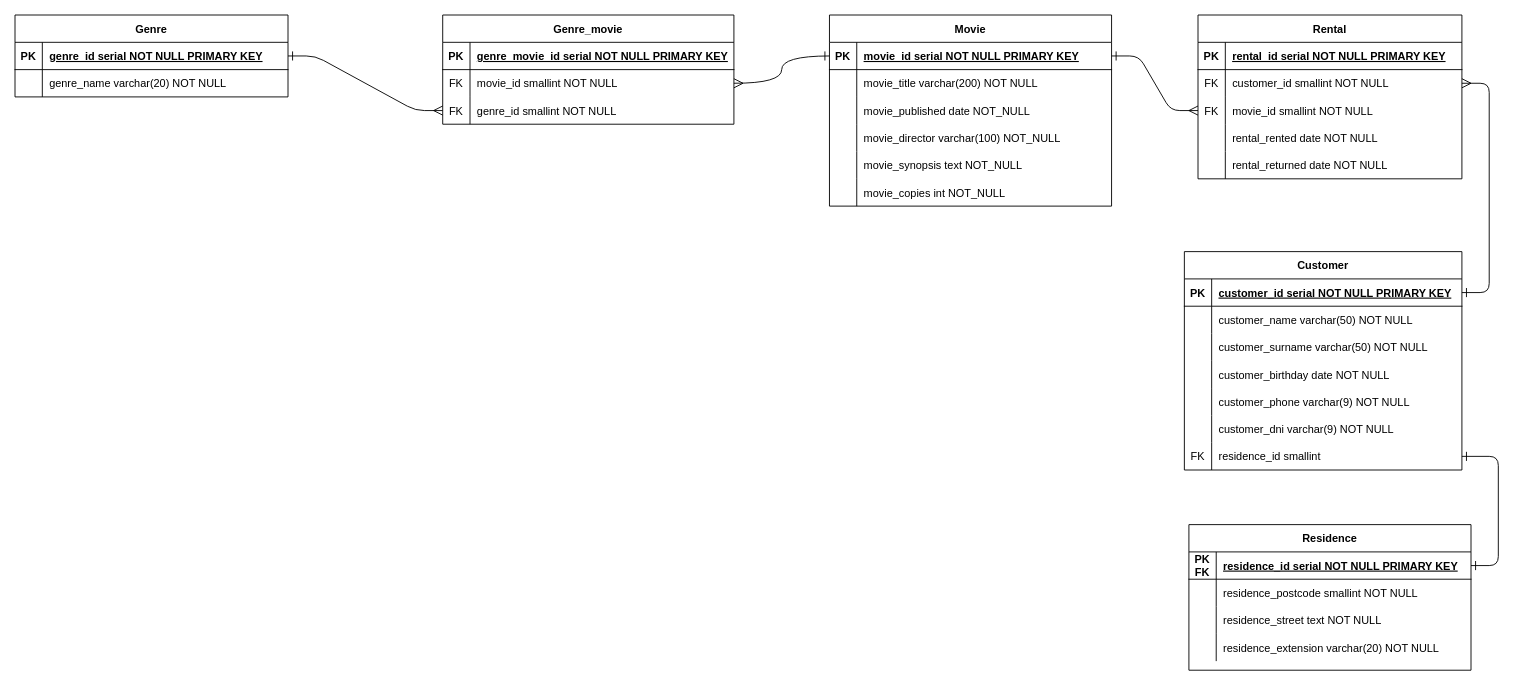
Above: Videoclub.drawio in DEVgotti/sql-practica (draw.io), before the change. Source tidied: cells renumbered, new cells numbered last; positions are measured from the earlier drawing's top-left corner, leaving out a move shared by most shapes. Both pictures are drawn from the tidied source at 91%, with x=0, y=0 at pixel (15, 15).
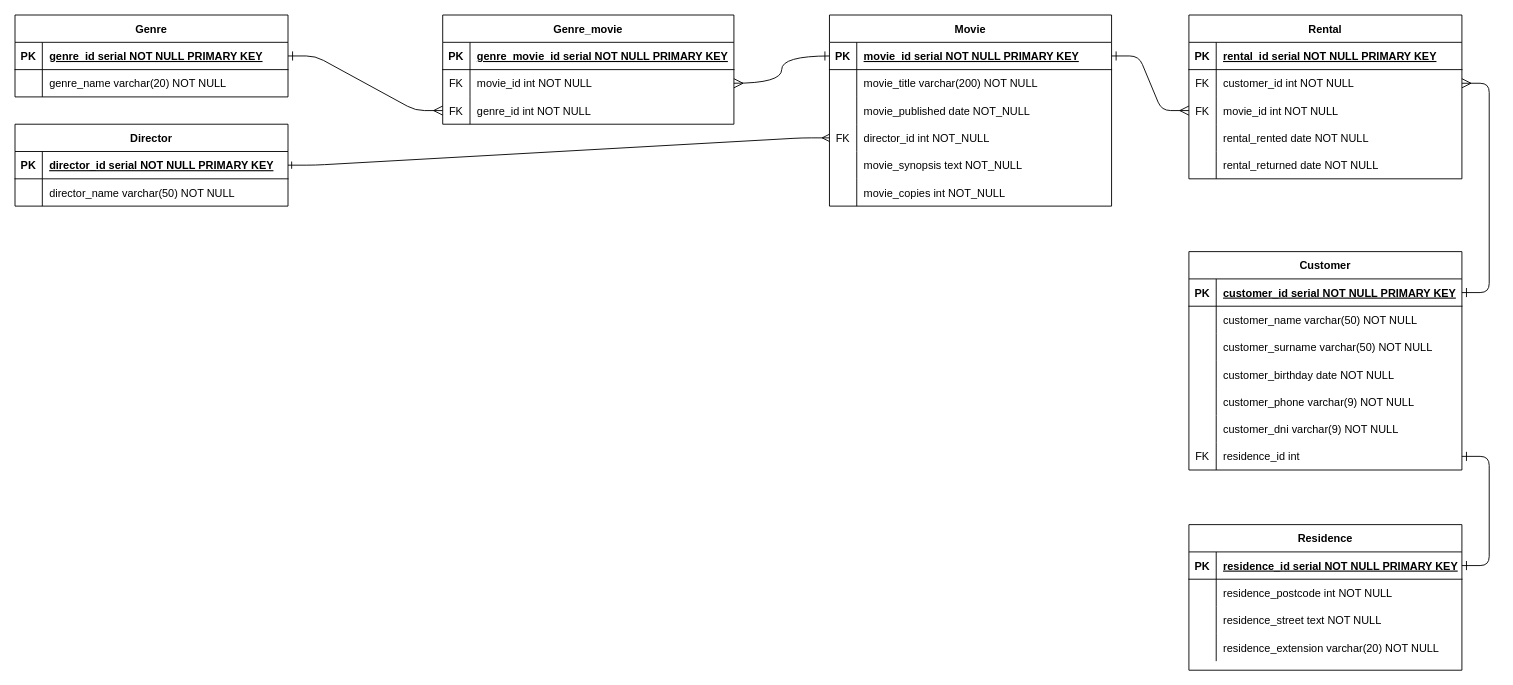
After the change.

The change refers to these unchanged cells:
```xml
<mxCell id="12" style="shape=partialRectangle;fillColor=none;points=[[0,0.5],[1,0.5]];portConstraint=eastwest;top=0;left=0;right=0;bottom=0;" parent="2" vertex="1">
  <mxGeometry y="120" width="310" height="30" as="geometry" />
</mxCell>
<mxCell id="87" style="shape=partialRectangle;fillColor=none;points=[[0,0.5],[1,0.5]];portConstraint=eastwest;top=0;left=0;right=0;bottom=0;" parent="83" vertex="1">
  <mxGeometry y="60" width="320" height="30" as="geometry" />
</mxCell>
<mxCell id="90" style="shape=partialRectangle;fillColor=none;points=[[0,0.5],[1,0.5]];portConstraint=eastwest;top=0;left=0;right=0;bottom=0;" parent="83" vertex="1">
  <mxGeometry y="90" width="320" height="30" as="geometry" />
</mxCell>
```

The edit, as a diff of the source:
```diff
@@
-    <mxCell id="13" style="shape=partialRectangle;overflow=hidden;fillColor=none;top=0;left=0;bottom=0;right=0;" parent="12" vertex="1">
+    <mxCell id="13" value="FK" style="shape=partialRectangle;overflow=hidden;fillColor=none;top=0;left=0;bottom=0;right=0;" parent="12" vertex="1">
       <mxGeometry width="30" height="30" as="geometry" />
     </mxCell>
-    <mxCell id="14" value="movie_director varchar(100) NOT_NULL" style="shape=partialRectangle;overflow=hidden;fillColor=none;top=0;left=0;bottom=0;right=0;align=left;spacingLeft=6;" parent="12" vertex="1">
+    <mxCell id="14" value="director_id int NOT_NULL" style="shape=partialRectangle;overflow=hidden;fillColor=none;top=0;left=0;bottom=0;right=0;align=left;spacingLeft=6;" parent="12" vertex="1">
       <mxGeometry x="30" width="280" height="30" as="geometry" />
     </mxCell>
@@
     <mxCell id="21" value="Rental" style="shape=table;startSize=30;childLayout=tableLayout;rowLines=0;fontStyle=1;align=center;" parent="1" vertex="1">
-      <mxGeometry x="1300" width="290" height="180" as="geometry" />
+      <mxGeometry x="1290" width="300" height="180" as="geometry" />
     </mxCell>
     <mxCell id="22" style="shape=partialRectangle;fillColor=none;top=0;left=0;right=0;bottom=1;" parent="21" vertex="1">
-      <mxGeometry y="30" width="290" height="30" as="geometry" />
+      <mxGeometry y="30" width="300" height="30" as="geometry" />
     </mxCell>
@@
     <mxCell id="24" value="rental_id serial NOT NULL PRIMARY KEY" style="shape=partialRectangle;overflow=hidden;fillColor=none;top=0;left=0;bottom=0;right=0;align=left;spacingLeft=6;fontStyle=5;" parent="22" vertex="1">
-      <mxGeometry x="30" width="260" height="30" as="geometry" />
+      <mxGeometry x="30" width="270" height="30" as="geometry" />
     </mxCell>
     <mxCell id="25" style="shape=partialRectangle;fillColor=none;points=[[0,0.5],[1,0.5]];portConstraint=eastwest;top=0;left=0;right=0;bottom=0;" parent="21" vertex="1">
-      <mxGeometry y="60" width="290" height="30" as="geometry" />
+      <mxGeometry y="60" width="300" height="30" as="geometry" />
     </mxCell>
@@
-    <mxCell id="27" value="customer_id smallint NOT NULL" style="shape=partialRectangle;overflow=hidden;fillColor=none;top=0;left=0;bottom=0;right=0;align=left;spacingLeft=6;" parent="25" vertex="1">
-      <mxGeometry x="30" width="260" height="30" as="geometry" />
+    <mxCell id="27" value="customer_id int NOT NULL" style="shape=partialRectangle;overflow=hidden;fillColor=none;top=0;left=0;bottom=0;right=0;align=left;spacingLeft=6;" parent="25" vertex="1">
+      <mxGeometry x="30" width="270" height="30" as="geometry" />
     </mxCell>
     <mxCell id="28" style="shape=partialRectangle;fillColor=none;points=[[0,0.5],[1,0.5]];portConstraint=eastwest;top=0;left=0;right=0;bottom=0;" parent="21" vertex="1">
-      <mxGeometry y="90" width="290" height="30" as="geometry" />
+      <mxGeometry y="90" width="300" height="30" as="geometry" />
     </mxCell>
@@
-    <mxCell id="30" value="movie_id smallint NOT NULL" style="shape=partialRectangle;overflow=hidden;fillColor=none;top=0;left=0;bottom=0;right=0;align=left;spacingLeft=6;" parent="28" vertex="1">
-      <mxGeometry x="30" width="260" height="30" as="geometry" />
+    <mxCell id="30" value="movie_id int NOT NULL" style="shape=partialRectangle;overflow=hidden;fillColor=none;top=0;left=0;bottom=0;right=0;align=left;spacingLeft=6;" parent="28" vertex="1">
+      <mxGeometry x="30" width="270" height="30" as="geometry" />
     </mxCell>
     <mxCell id="31" style="shape=partialRectangle;fillColor=none;top=0;left=0;right=0;bottom=0;" parent="21" vertex="1">
-      <mxGeometry y="120" width="290" height="30" as="geometry" />
+      <mxGeometry y="120" width="300" height="30" as="geometry" />
     </mxCell>
@@
     <mxCell id="33" value="rental_rented date NOT NULL" style="shape=partialRectangle;overflow=hidden;fillColor=none;top=0;left=0;bottom=0;right=0;align=left;spacingLeft=6;" parent="31" vertex="1">
-      <mxGeometry x="30" width="260" height="30" as="geometry" />
+      <mxGeometry x="30" width="270" height="30" as="geometry" />
     </mxCell>
     <mxCell id="34" style="shape=partialRectangle;fillColor=none;top=0;left=0;right=0;bottom=0;" parent="21" vertex="1">
-      <mxGeometry y="150" width="290" height="30" as="geometry" />
+      <mxGeometry y="150" width="300" height="30" as="geometry" />
     </mxCell>
@@
     <mxCell id="36" value="rental_returned date NOT NULL" style="shape=partialRectangle;overflow=hidden;fillColor=none;top=0;left=0;bottom=0;right=0;align=left;spacingLeft=6;" parent="34" vertex="1">
-      <mxGeometry x="30" width="260" height="30" as="geometry" />
+      <mxGeometry x="30" width="270" height="30" as="geometry" />
     </mxCell>
     <mxCell id="37" value="Customer" style="shape=table;startSize=30;childLayout=tableLayout;rowLines=0;fontStyle=1;align=center;" parent="1" vertex="1">
-      <mxGeometry x="1285" y="260" width="305" height="240" as="geometry" />
+      <mxGeometry x="1290" y="260" width="300" height="240" as="geometry" />
     </mxCell>
     <mxCell id="38" style="shape=partialRectangle;fillColor=none;points=[[0,0.5],[1,0.5]];portConstraint=eastwest;top=0;left=0;right=0;bottom=1;" parent="37" vertex="1">
-      <mxGeometry y="30" width="305" height="30" as="geometry" />
+      <mxGeometry y="30" width="300" height="30" as="geometry" />
     </mxCell>
@@
     <mxCell id="40" value="customer_id serial NOT NULL PRIMARY KEY" style="shape=partialRectangle;overflow=hidden;fillColor=none;top=0;left=0;bottom=0;right=0;align=left;spacingLeft=6;fontStyle=5;" parent="38" vertex="1">
-      <mxGeometry x="30" width="275" height="30" as="geometry" />
+      <mxGeometry x="30" width="270" height="30" as="geometry" />
     </mxCell>
     <mxCell id="41" style="shape=partialRectangle;fillColor=none;top=0;left=0;right=0;bottom=0;" parent="37" vertex="1">
-      <mxGeometry y="60" width="305" height="30" as="geometry" />
+      <mxGeometry y="60" width="300" height="30" as="geometry" />
     </mxCell>
@@
     <mxCell id="43" value="customer_name varchar(50) NOT NULL" style="shape=partialRectangle;overflow=hidden;fillColor=none;top=0;left=0;bottom=0;right=0;align=left;spacingLeft=6;" parent="41" vertex="1">
-      <mxGeometry x="30" width="275" height="30" as="geometry" />
+      <mxGeometry x="30" width="270" height="30" as="geometry" />
     </mxCell>
     <mxCell id="44" style="shape=partialRectangle;fillColor=none;top=0;left=0;right=0;bottom=0;" parent="37" vertex="1">
-      <mxGeometry y="90" width="305" height="30" as="geometry" />
+      <mxGeometry y="90" width="300" height="30" as="geometry" />
     </mxCell>
@@
     <mxCell id="46" value="customer_surname varchar(50) NOT NULL" style="shape=partialRectangle;overflow=hidden;fillColor=none;top=0;left=0;bottom=0;right=0;align=left;spacingLeft=6;" parent="44" vertex="1">
-      <mxGeometry x="30" width="275" height="30" as="geometry" />
+      <mxGeometry x="30" width="270" height="30" as="geometry" />
     </mxCell>
     <mxCell id="47" style="shape=partialRectangle;fillColor=none;top=0;left=0;right=0;bottom=0;" parent="37" vertex="1">
-      <mxGeometry y="120" width="305" height="30" as="geometry" />
+      <mxGeometry y="120" width="300" height="30" as="geometry" />
     </mxCell>
@@
     <mxCell id="49" value="customer_birthday date NOT NULL" style="shape=partialRectangle;overflow=hidden;fillColor=none;top=0;left=0;bottom=0;right=0;align=left;spacingLeft=6;" parent="47" vertex="1">
-      <mxGeometry x="30" width="275" height="30" as="geometry" />
+      <mxGeometry x="30" width="270" height="30" as="geometry" />
     </mxCell>
     <mxCell id="50" style="shape=partialRectangle;fillColor=none;top=0;left=0;right=0;bottom=0;" parent="37" vertex="1">
-      <mxGeometry y="150" width="305" height="30" as="geometry" />
+      <mxGeometry y="150" width="300" height="30" as="geometry" />
     </mxCell>
@@
     <mxCell id="52" value="customer_phone varchar(9) NOT NULL" style="shape=partialRectangle;overflow=hidden;fillColor=none;top=0;left=0;bottom=0;right=0;align=left;spacingLeft=6;" parent="50" vertex="1">
-      <mxGeometry x="30" width="275" height="30" as="geometry" />
+      <mxGeometry x="30" width="270" height="30" as="geometry" />
     </mxCell>
     <mxCell id="53" style="shape=partialRectangle;fillColor=none;top=0;left=0;right=0;bottom=0;" parent="37" vertex="1">
-      <mxGeometry y="180" width="305" height="30" as="geometry" />
+      <mxGeometry y="180" width="300" height="30" as="geometry" />
     </mxCell>
@@
     <mxCell id="55" value="customer_dni varchar(9) NOT NULL" style="shape=partialRectangle;overflow=hidden;fillColor=none;top=0;left=0;bottom=0;right=0;align=left;spacingLeft=6;" parent="53" vertex="1">
-      <mxGeometry x="30" width="275" height="30" as="geometry" />
+      <mxGeometry x="30" width="270" height="30" as="geometry" />
     </mxCell>
     <mxCell id="56" style="shape=partialRectangle;fillColor=none;points=[[0,0.5],[1,0.5]];portConstraint=eastwest;top=0;left=0;right=0;bottom=0;" parent="37" vertex="1">
-      <mxGeometry y="210" width="305" height="30" as="geometry" />
+      <mxGeometry y="210" width="300" height="30" as="geometry" />
     </mxCell>
@@
-    <mxCell id="58" value="residence_id smallint" style="shape=partialRectangle;overflow=hidden;fillColor=none;top=0;left=0;bottom=0;right=0;align=left;spacingLeft=6;" parent="56" vertex="1">
-      <mxGeometry x="30" width="275" height="30" as="geometry" />
+    <mxCell id="58" value="residence_id int" style="shape=partialRectangle;overflow=hidden;fillColor=none;top=0;left=0;bottom=0;right=0;align=left;spacingLeft=6;" parent="56" vertex="1">
+      <mxGeometry x="30" width="270" height="30" as="geometry" />
     </mxCell>
     <mxCell id="59" value="Residence" style="shape=table;startSize=30;childLayout=tableLayout;rowLines=0;fontStyle=1;align=center;" parent="1" vertex="1">
-      <mxGeometry x="1290" y="560" width="310" height="160" as="geometry" />
+      <mxGeometry x="1290" y="560" width="300" height="160" as="geometry" />
     </mxCell>
     <mxCell id="60" style="shape=partialRectangle;fillColor=none;points=[[0,0.5],[1,0.5]];portConstraint=eastwest;top=0;left=0;right=0;bottom=1;" parent="59" vertex="1">
-      <mxGeometry y="30" width="310" height="30" as="geometry" />
+      <mxGeometry y="30" width="300" height="30" as="geometry" />
     </mxCell>
-    <mxCell id="61" value="PK&#10;FK" style="shape=partialRectangle;overflow=hidden;fillColor=none;top=0;left=0;bottom=0;right=0;fontStyle=1;" parent="60" vertex="1">
+    <mxCell id="61" value="PK" style="shape=partialRectangle;overflow=hidden;fillColor=none;top=0;left=0;bottom=0;right=0;fontStyle=1;" parent="60" vertex="1">
       <mxGeometry width="30" height="30" as="geometry" />
     </mxCell>
     <mxCell id="62" value="residence_id serial NOT NULL PRIMARY KEY" style="shape=partialRectangle;overflow=hidden;fillColor=none;top=0;left=0;bottom=0;right=0;align=left;spacingLeft=6;fontStyle=5;" parent="60" vertex="1">
-      <mxGeometry x="30" width="280" height="30" as="geometry" />
+      <mxGeometry x="30" width="270" height="30" as="geometry" />
     </mxCell>
     <mxCell id="63" style="shape=partialRectangle;fillColor=none;top=0;left=0;right=0;bottom=0;" parent="59" vertex="1">
-      <mxGeometry y="60" width="310" height="30" as="geometry" />
+      <mxGeometry y="60" width="300" height="30" as="geometry" />
     </mxCell>
@@
-    <mxCell id="65" value="residence_postcode smallint NOT NULL" style="shape=partialRectangle;overflow=hidden;fillColor=none;top=0;left=0;bottom=0;right=0;align=left;spacingLeft=6;" parent="63" vertex="1">
-      <mxGeometry x="30" width="280" height="30" as="geometry" />
+    <mxCell id="65" value="residence_postcode int NOT NULL" style="shape=partialRectangle;overflow=hidden;fillColor=none;top=0;left=0;bottom=0;right=0;align=left;spacingLeft=6;" parent="63" vertex="1">
+      <mxGeometry x="30" width="270" height="30" as="geometry" />
     </mxCell>
     <mxCell id="66" style="shape=partialRectangle;fillColor=none;top=0;left=0;right=0;bottom=0;" parent="59" vertex="1">
-      <mxGeometry y="90" width="310" height="30" as="geometry" />
+      <mxGeometry y="90" width="300" height="30" as="geometry" />
     </mxCell>
@@
     <mxCell id="68" value="residence_street text NOT NULL" style="shape=partialRectangle;overflow=hidden;fillColor=none;top=0;left=0;bottom=0;right=0;align=left;spacingLeft=6;" parent="66" vertex="1">
-      <mxGeometry x="30" width="280" height="30" as="geometry" />
+      <mxGeometry x="30" width="270" height="30" as="geometry" />
     </mxCell>
     <mxCell id="69" style="shape=partialRectangle;fillColor=none;top=0;left=0;right=0;bottom=0;" parent="59" vertex="1">
-      <mxGeometry y="120" width="310" height="30" as="geometry" />
+      <mxGeometry y="120" width="300" height="30" as="geometry" />
     </mxCell>
@@
     <mxCell id="71" value="residence_extension varchar(20) NOT NULL" style="shape=partialRectangle;overflow=hidden;fillColor=none;top=0;left=0;bottom=0;right=0;align=left;spacingLeft=6;" parent="69" vertex="1">
-      <mxGeometry x="30" width="280" height="30" as="geometry" />
+      <mxGeometry x="30" width="270" height="30" as="geometry" />
     </mxCell>
@@
-    <mxCell id="89" value="movie_id smallint NOT NULL" style="shape=partialRectangle;overflow=hidden;fillColor=none;top=0;left=0;bottom=0;right=0;align=left;spacingLeft=6;" parent="87" vertex="1">
+    <mxCell id="89" value="movie_id int NOT NULL" style="shape=partialRectangle;overflow=hidden;fillColor=none;top=0;left=0;bottom=0;right=0;align=left;spacingLeft=6;" parent="87" vertex="1">
       <mxGeometry x="30" width="290" height="30" as="geometry" />
     </mxCell>
@@
-    <mxCell id="92" value="genre_id smallint NOT NULL" style="shape=partialRectangle;overflow=hidden;fillColor=none;top=0;left=0;bottom=0;right=0;align=left;spacingLeft=6;" parent="90" vertex="1">
+    <mxCell id="92" value="genre_id int NOT NULL" style="shape=partialRectangle;overflow=hidden;fillColor=none;top=0;left=0;bottom=0;right=0;align=left;spacingLeft=6;" parent="90" vertex="1">
       <mxGeometry x="30" width="290" height="30" as="geometry" />
     </mxCell>
@@
+    <mxCell id="94" value="Director" style="shape=table;startSize=30;childLayout=tableLayout;rowLines=0;fontStyle=1;align=center;" parent="1" vertex="1">
+      <mxGeometry y="120" width="300" height="90" as="geometry" />
+    </mxCell>
+    <mxCell id="95" style="shape=partialRectangle;fillColor=none;points=[[0,0.5],[1,0.5]];portConstraint=eastwest;top=0;left=0;right=0;bottom=1;" parent="94" vertex="1">
+      <mxGeometry y="30" width="300" height="30" as="geometry" />
+    </mxCell>
+    <mxCell id="96" value="PK" style="shape=partialRectangle;overflow=hidden;fillColor=none;top=0;left=0;bottom=0;right=0;fontStyle=1;" parent="95" vertex="1">
+      <mxGeometry width="30" height="30" as="geometry" />
+    </mxCell>
+    <mxCell id="97" value="director_id serial NOT NULL PRIMARY KEY" style="shape=partialRectangle;overflow=hidden;fillColor=none;top=0;left=0;bottom=0;right=0;align=left;spacingLeft=6;fontStyle=5;" parent="95" vertex="1">
+      <mxGeometry x="30" width="270" height="30" as="geometry" />
+    </mxCell>
+    <mxCell id="98" style="shape=partialRectangle;fillColor=none;top=0;left=0;right=0;bottom=0;" parent="94" vertex="1">
+      <mxGeometry y="60" width="300" height="30" as="geometry" />
+    </mxCell>
+    <mxCell id="99" style="shape=partialRectangle;overflow=hidden;fillColor=none;top=0;left=0;bottom=0;right=0;" parent="98" vertex="1">
+      <mxGeometry width="30" height="30" as="geometry" />
+    </mxCell>
+    <mxCell id="100" value="director_name varchar(50) NOT NULL" style="shape=partialRectangle;overflow=hidden;fillColor=none;top=0;left=0;bottom=0;right=0;align=left;spacingLeft=6;" parent="98" vertex="1">
+      <mxGeometry x="30" width="270" height="30" as="geometry" />
+    </mxCell>
+    <mxCell id="101" style="edgeStyle=entityRelationEdgeStyle;rounded=1;jettySize=auto;html=1;exitX=1;exitY=0.5;exitDx=0;exitDy=0;startArrow=ERone;startFill=0;endArrow=ERmany;endFill=0;" parent="1" edge="1" source="95" target="12">
+      <mxGeometry relative="1" as="geometry" />
+    </mxCell>
```
